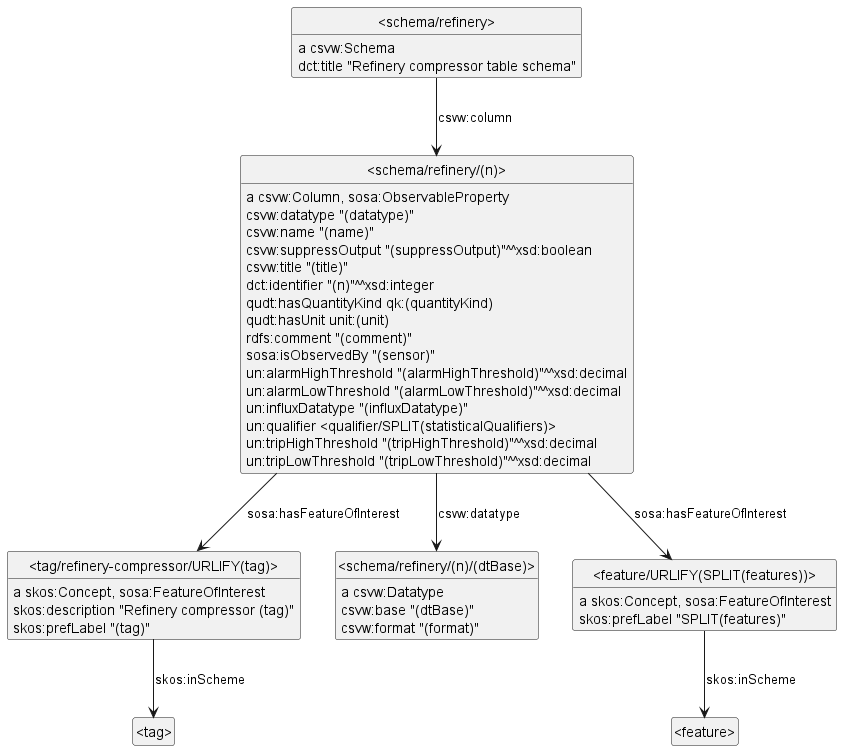
Earlier version of the PlantUML export schema-refinery.png (underpin-project/model). The source it was exported from:
```plantuml
@startuml
hide empty members
hide circle
skinparam classAttributeIconSize 0
class _tag_refinery_compressor_URLIFY_tag_ as "<tag/refinery-compressor/URLIFY(tag)>"
_tag_refinery_compressor_URLIFY_tag_ : {field} a skos:Concept, sosa:FeatureOfInterest
class _tag_ as "<tag>"
_tag_refinery_compressor_URLIFY_tag_ -down-> _tag_ : skos:inScheme
_tag_refinery_compressor_URLIFY_tag_ : {field} skos:description "Refinery compressor (tag)"
_tag_refinery_compressor_URLIFY_tag_ : {field} skos:prefLabel "(tag)"
class _schema_refinery_n_dtBase_ as "<schema/refinery/(n)/(dtBase)>"
_schema_refinery_n_dtBase_ : {field} a csvw:Datatype
_schema_refinery_n_dtBase_ : {field} csvw:base "(dtBase)"
_schema_refinery_n_dtBase_ : {field} csvw:format "(format)"
class _schema_refinery_ as "<schema/refinery>"
_schema_refinery_ : {field} a csvw:Schema
class _schema_refinery_n_ as "<schema/refinery/(n)>"
_schema_refinery_ -down-> _schema_refinery_n_ : csvw:column
_schema_refinery_ : {field} dct:title "Refinery compressor table schema"
class _feature_URLIFY_SPLIT_features_ as "<feature/URLIFY(SPLIT(features))>"
_feature_URLIFY_SPLIT_features_ : {field} a skos:Concept, sosa:FeatureOfInterest
class _feature_ as "<feature>"
_feature_URLIFY_SPLIT_features_ -down-> _feature_ : skos:inScheme
_feature_URLIFY_SPLIT_features_ : {field} skos:prefLabel "SPLIT(features)"
_schema_refinery_n_ : {field} a csvw:Column, sosa:ObservableProperty
_schema_refinery_n_ -down-> _schema_refinery_n_dtBase_ : csvw:datatype
_schema_refinery_n_ -down-> _tag_refinery_compressor_URLIFY_tag_ : sosa:hasFeatureOfInterest
_schema_refinery_n_ -down-> _feature_URLIFY_SPLIT_features_ : sosa:hasFeatureOfInterest
_schema_refinery_n_ : {field} csvw:datatype "(datatype)"
_schema_refinery_n_ : {field} csvw:name "(name)"
_schema_refinery_n_ : {field} csvw:suppressOutput "(suppressOutput)"^^xsd:boolean
_schema_refinery_n_ : {field} csvw:title "(title)"
_schema_refinery_n_ : {field} dct:identifier "(n)"^^xsd:integer
_schema_refinery_n_ : {field} qudt:hasQuantityKind qk:(quantityKind)
_schema_refinery_n_ : {field} qudt:hasUnit unit:(unit)
_schema_refinery_n_ : {field} rdfs:comment "(comment)"
_schema_refinery_n_ : {field} sosa:isObservedBy "(sensor)"
_schema_refinery_n_ : {field} un:alarmHighThreshold "(alarmHighThreshold)"^^xsd:decimal
_schema_refinery_n_ : {field} un:alarmLowThreshold "(alarmLowThreshold)"^^xsd:decimal
_schema_refinery_n_ : {field} un:influxDatatype "(influxDatatype)"
_schema_refinery_n_ : {field} un:qualifier <qualifier/SPLIT(statisticalQualifiers)>
_schema_refinery_n_ : {field} un:tripHighThreshold "(tripHighThreshold)"^^xsd:decimal
_schema_refinery_n_ : {field} un:tripLowThreshold "(tripLowThreshold)"^^xsd:decimal
@enduml
```
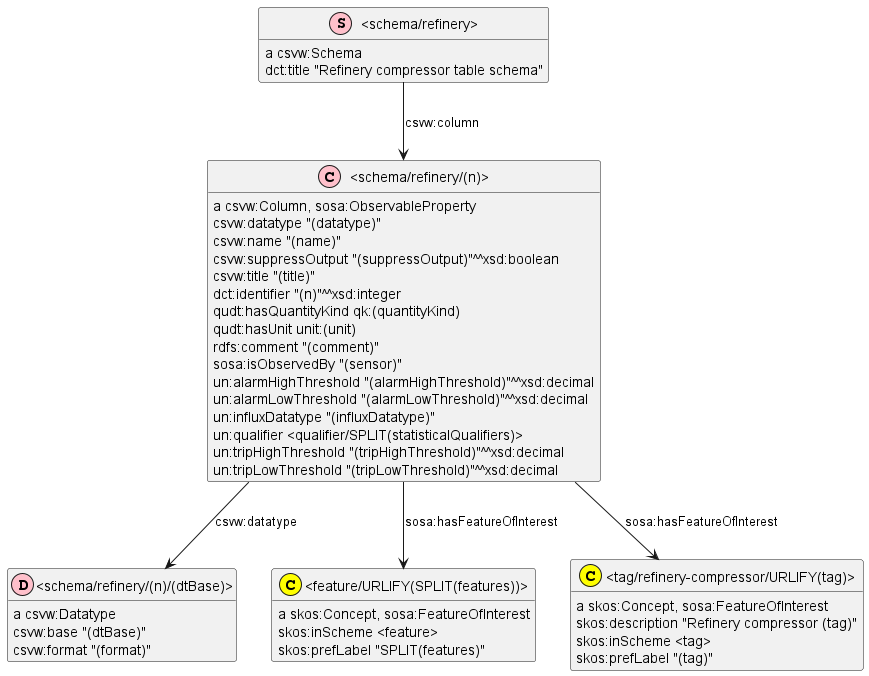
After the commit.

Change to the diagram source:
```diff
@@ -2,30 +2,38 @@
 hide empty members
 hide circle
 skinparam classAttributeIconSize 0
+class _schema_refinery_ as "<schema/refinery>"
+class _schema_refinery_ <<(S,pink)>>
+show _schema_refinery_ circle
+class _schema_refinery_n_ as "<schema/refinery/(n)>"
+class _schema_refinery_n_ <<(C,pink)>>
+show _schema_refinery_n_ circle
+class _schema_refinery_n_dtBase_ as "<schema/refinery/(n)/(dtBase)>"
+class _schema_refinery_n_dtBase_ <<(D,pink)>>
+show _schema_refinery_n_dtBase_ circle
+class _feature_URLIFY_SPLIT_features_ as "<feature/URLIFY(SPLIT(features))>"
+class _feature_URLIFY_SPLIT_features_ <<(C,yellow)>>
+show _feature_URLIFY_SPLIT_features_ circle
 class _tag_refinery_compressor_URLIFY_tag_ as "<tag/refinery-compressor/URLIFY(tag)>"
+class _tag_refinery_compressor_URLIFY_tag_ <<(C,yellow)>>
+show _tag_refinery_compressor_URLIFY_tag_ circle
+_schema_refinery_ : {field} a csvw:Schema
+_schema_refinery_ -down-> _schema_refinery_n_ : csvw:column
+_schema_refinery_ : {field} dct:title "Refinery compressor table schema"
+_feature_URLIFY_SPLIT_features_ : {field} a skos:Concept, sosa:FeatureOfInterest
+_feature_URLIFY_SPLIT_features_ : {field} skos:inScheme <feature>
+_feature_URLIFY_SPLIT_features_ : {field} skos:prefLabel "SPLIT(features)"
 _tag_refinery_compressor_URLIFY_tag_ : {field} a skos:Concept, sosa:FeatureOfInterest
-class _tag_ as "<tag>"
-_tag_refinery_compressor_URLIFY_tag_ -down-> _tag_ : skos:inScheme
 _tag_refinery_compressor_URLIFY_tag_ : {field} skos:description "Refinery compressor (tag)"
+_tag_refinery_compressor_URLIFY_tag_ : {field} skos:inScheme <tag>
 _tag_refinery_compressor_URLIFY_tag_ : {field} skos:prefLabel "(tag)"
-class _schema_refinery_n_dtBase_ as "<schema/refinery/(n)/(dtBase)>"
 _schema_refinery_n_dtBase_ : {field} a csvw:Datatype
 _schema_refinery_n_dtBase_ : {field} csvw:base "(dtBase)"
 _schema_refinery_n_dtBase_ : {field} csvw:format "(format)"
-class _schema_refinery_ as "<schema/refinery>"
-_schema_refinery_ : {field} a csvw:Schema
-class _schema_refinery_n_ as "<schema/refinery/(n)>"
-_schema_refinery_ -down-> _schema_refinery_n_ : csvw:column
-_schema_refinery_ : {field} dct:title "Refinery compressor table schema"
-class _feature_URLIFY_SPLIT_features_ as "<feature/URLIFY(SPLIT(features))>"
-_feature_URLIFY_SPLIT_features_ : {field} a skos:Concept, sosa:FeatureOfInterest
-class _feature_ as "<feature>"
-_feature_URLIFY_SPLIT_features_ -down-> _feature_ : skos:inScheme
-_feature_URLIFY_SPLIT_features_ : {field} skos:prefLabel "SPLIT(features)"
 _schema_refinery_n_ : {field} a csvw:Column, sosa:ObservableProperty
+_schema_refinery_n_ -down-> _feature_URLIFY_SPLIT_features_ : sosa:hasFeatureOfInterest
 _schema_refinery_n_ -down-> _schema_refinery_n_dtBase_ : csvw:datatype
 _schema_refinery_n_ -down-> _tag_refinery_compressor_URLIFY_tag_ : sosa:hasFeatureOfInterest
-_schema_refinery_n_ -down-> _feature_URLIFY_SPLIT_features_ : sosa:hasFeatureOfInterest
 _schema_refinery_n_ : {field} csvw:datatype "(datatype)"
 _schema_refinery_n_ : {field} csvw:name "(name)"
 _schema_refinery_n_ : {field} csvw:suppressOutput "(suppressOutput)"^^xsd:boolean
```
